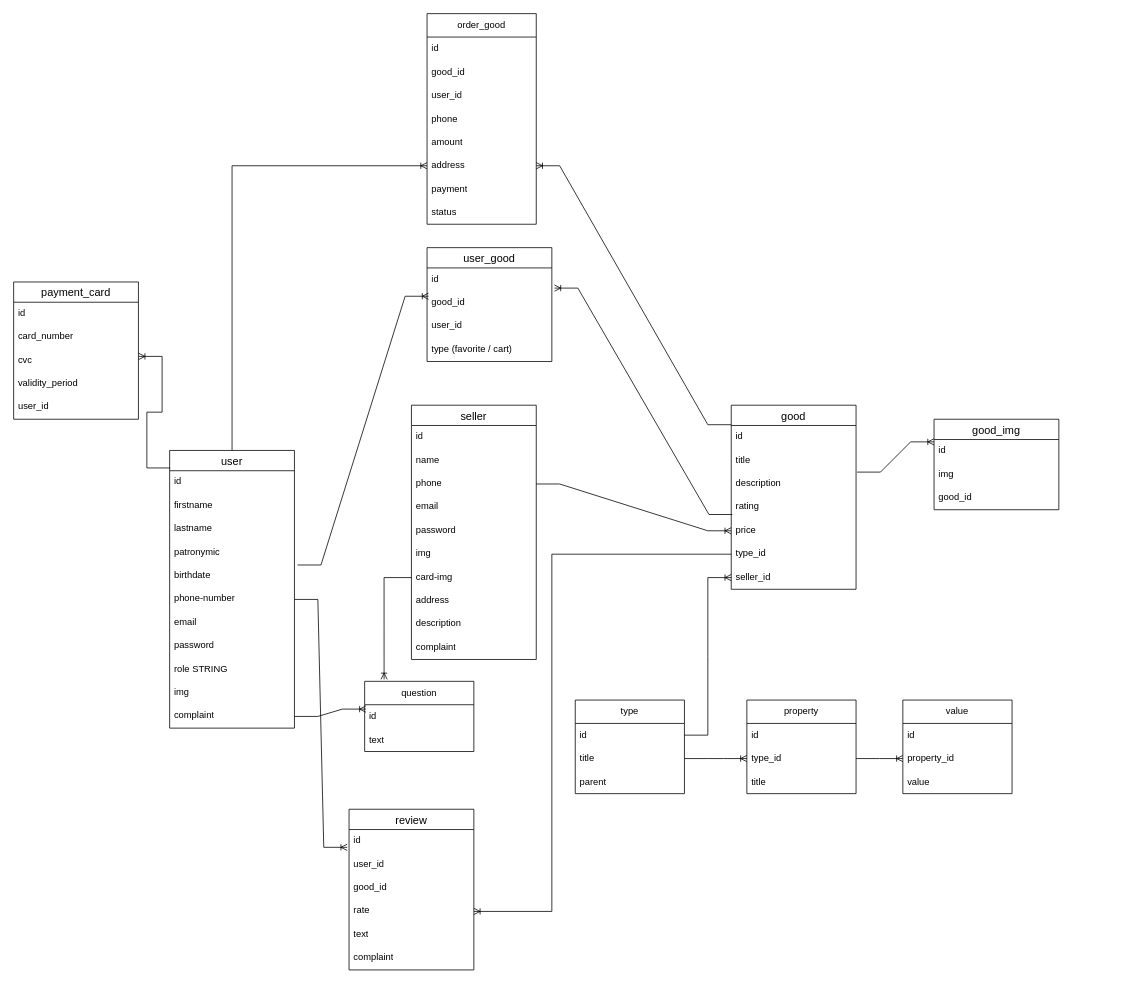
Above: database-diagram.drawio in vese1chak/meggaprice-server (draw.io), before the change. Source tidied: cells renumbered, new cells numbered last; positions are measured from the earlier drawing's top-left corner, leaving out a move shared by most shapes. Both pictures are drawn from the tidied source at 78%, with x=0, y=0 at pixel (13, 13).
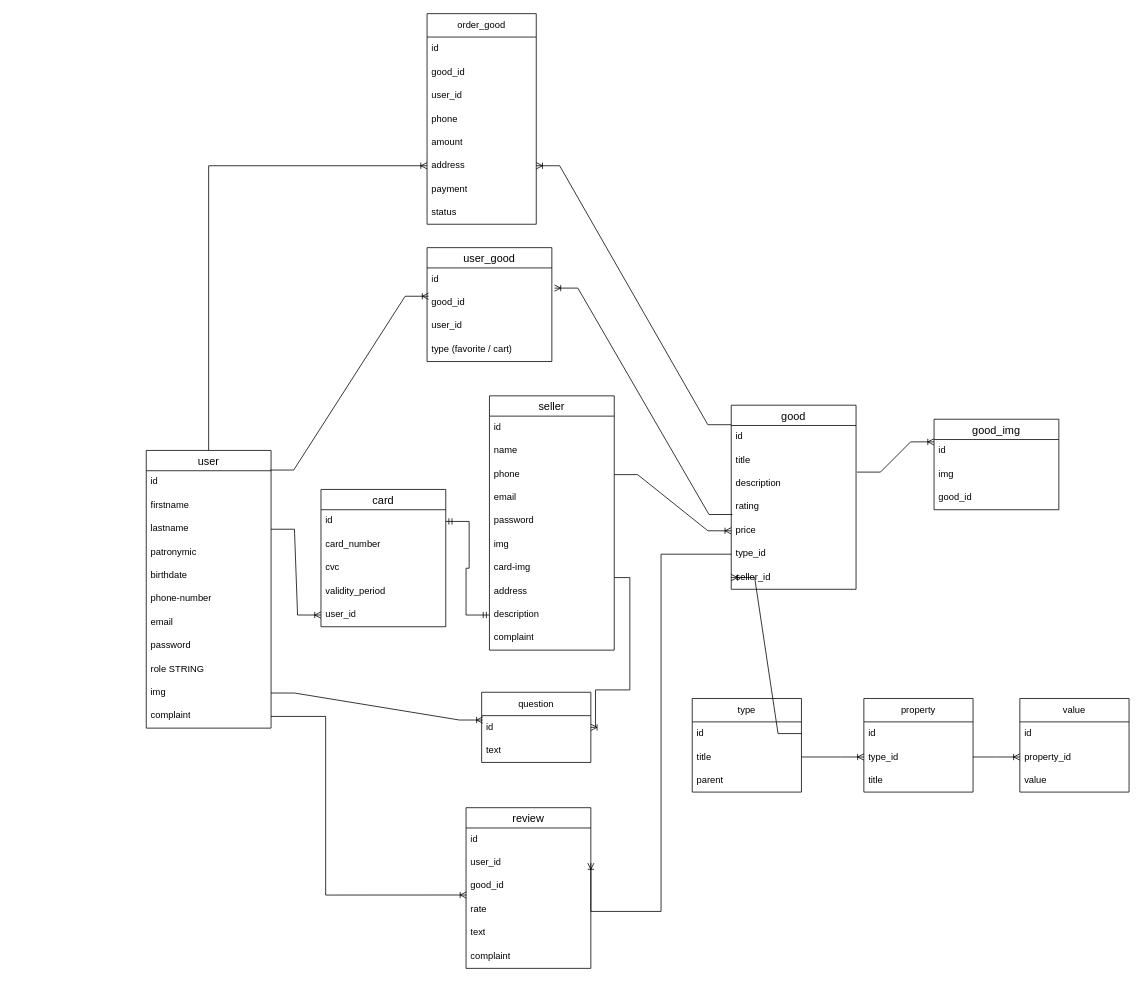
Above is the later version.

Commit message (it also covers changes not shown here):
seller now has a card.

The change refers to these unchanged cells:
```xml
<mxCell id="4" value="id" style="text;strokeColor=none;fillColor=none;spacingLeft=4;spacingRight=4;overflow=hidden;points=[[0,0.5],[1,0.5]];portConstraint=eastwest;fontSize=12;whiteSpace=wrap;html=1;" parent="3" vertex="1">
  <mxGeometry y="26" width="160" height="30" as="geometry" />
</mxCell>
<mxCell id="6" value="lastname" style="text;strokeColor=none;fillColor=none;spacingLeft=4;spacingRight=4;overflow=hidden;points=[[0,0.5],[1,0.5]];portConstraint=eastwest;fontSize=12;whiteSpace=wrap;html=1;" parent="3" vertex="1">
  <mxGeometry y="86" width="160" height="30" as="geometry" />
</mxCell>
<mxCell id="7" value="patronymic" style="text;strokeColor=none;fillColor=none;spacingLeft=4;spacingRight=4;overflow=hidden;points=[[0,0.5],[1,0.5]];portConstraint=eastwest;fontSize=12;whiteSpace=wrap;html=1;" parent="3" vertex="1">
  <mxGeometry y="116" width="160" height="30" as="geometry" />
</mxCell>
<mxCell id="9" value="phone-number" style="text;strokeColor=none;fillColor=none;spacingLeft=4;spacingRight=4;overflow=hidden;points=[[0,0.5],[1,0.5]];portConstraint=eastwest;fontSize=12;whiteSpace=wrap;html=1;" parent="3" vertex="1">
  <mxGeometry y="176" width="160" height="30" as="geometry" />
</mxCell>
<mxCell id="13" value="img" style="text;strokeColor=none;fillColor=none;spacingLeft=4;spacingRight=4;overflow=hidden;points=[[0,0.5],[1,0.5]];portConstraint=eastwest;fontSize=12;whiteSpace=wrap;html=1;" parent="3" vertex="1">
  <mxGeometry y="296" width="160" height="30" as="geometry" />
</mxCell>
<mxCell id="14" value="complaint" style="text;strokeColor=none;fillColor=none;spacingLeft=4;spacingRight=4;overflow=hidden;points=[[0,0.5],[1,0.5]];portConstraint=eastwest;fontSize=12;whiteSpace=wrap;html=1;" parent="3" vertex="1">
  <mxGeometry y="326" width="160" height="30" as="geometry" />
</mxCell>
<mxCell id="21" value="type_id" style="text;strokeColor=none;fillColor=none;spacingLeft=4;spacingRight=4;overflow=hidden;points=[[0,0.5],[1,0.5]];portConstraint=eastwest;fontSize=12;whiteSpace=wrap;html=1;" parent="15" vertex="1">
  <mxGeometry y="176" width="160" height="30" as="geometry" />
</mxCell>
<mxCell id="24" value="id" style="text;strokeColor=none;fillColor=none;spacingLeft=4;spacingRight=4;overflow=hidden;points=[[0,0.5],[1,0.5]];portConstraint=eastwest;fontSize=12;whiteSpace=wrap;html=1;" parent="23" vertex="1">
  <mxGeometry y="26" width="160" height="30" as="geometry" />
</mxCell>
<mxCell id="25" value="user_id" style="text;strokeColor=none;fillColor=none;spacingLeft=4;spacingRight=4;overflow=hidden;points=[[0,0.5],[1,0.5]];portConstraint=eastwest;fontSize=12;whiteSpace=wrap;html=1;" parent="23" vertex="1">
  <mxGeometry y="56" width="160" height="30" as="geometry" />
</mxCell>
<mxCell id="27" value="rate" style="text;strokeColor=none;fillColor=none;spacingLeft=4;spacingRight=4;overflow=hidden;points=[[0,0.5],[1,0.5]];portConstraint=eastwest;fontSize=12;whiteSpace=wrap;html=1;" parent="23" vertex="1">
  <mxGeometry y="116" width="160" height="30" as="geometry" />
</mxCell>
<mxCell id="32" value="id" style="text;strokeColor=none;fillColor=none;align=left;verticalAlign=middle;spacingLeft=4;spacingRight=4;overflow=hidden;points=[[0,0.5],[1,0.5]];portConstraint=eastwest;whiteSpace=wrap;html=1;" parent="31" vertex="1">
  <mxGeometry y="30" width="140" height="30" as="geometry" />
</mxCell>
<mxCell id="57" value="card-img" style="text;strokeColor=none;fillColor=none;spacingLeft=4;spacingRight=4;overflow=hidden;points=[[0,0.5],[1,0.5]];portConstraint=eastwest;fontSize=12;whiteSpace=wrap;html=1;" parent="50" vertex="1">
  <mxGeometry y="206" width="160" height="30" as="geometry" />
</mxCell>
<mxCell id="59" value="description" style="text;strokeColor=none;fillColor=none;spacingLeft=4;spacingRight=4;overflow=hidden;points=[[0,0.5],[1,0.5]];portConstraint=eastwest;fontSize=12;whiteSpace=wrap;html=1;" parent="50" vertex="1">
  <mxGeometry y="266" width="160" height="30" as="geometry" />
</mxCell>
<mxCell id="79" value="id" style="text;strokeColor=none;fillColor=none;spacingLeft=4;spacingRight=4;overflow=hidden;points=[[0,0.5],[1,0.5]];portConstraint=eastwest;fontSize=12;whiteSpace=wrap;html=1;" parent="78" vertex="1">
  <mxGeometry y="26" width="160" height="30" as="geometry" />
</mxCell>
<mxCell id="81" value="cvc" style="text;strokeColor=none;fillColor=none;spacingLeft=4;spacingRight=4;overflow=hidden;points=[[0,0.5],[1,0.5]];portConstraint=eastwest;fontSize=12;whiteSpace=wrap;html=1;" parent="78" vertex="1">
  <mxGeometry y="86" width="160" height="30" as="geometry" />
</mxCell>
<mxCell id="83" value="user_id" style="text;strokeColor=none;fillColor=none;spacingLeft=4;spacingRight=4;overflow=hidden;points=[[0,0.5],[1,0.5]];portConstraint=eastwest;fontSize=12;whiteSpace=wrap;html=1;" parent="78" vertex="1">
  <mxGeometry y="146" width="160" height="30" as="geometry" />
</mxCell>
<mxCell id="90" value="good_id" style="text;strokeColor=none;fillColor=none;spacingLeft=4;spacingRight=4;overflow=hidden;points=[[0,0.5],[1,0.5]];portConstraint=eastwest;fontSize=12;whiteSpace=wrap;html=1;" parent="88" vertex="1">
  <mxGeometry y="56" width="160" height="30" as="geometry" />
</mxCell>
```

The edit, as a diff of the source:
```diff
@@
     <mxCell id="3" value="user" style="swimlane;fontStyle=0;horizontal=1;startSize=26;align=center;fontSize=14;" parent="1" vertex="1">
-      <mxGeometry x="200" y="560" width="160" height="356" as="geometry" />
+      <mxGeometry x="170" y="560" width="160" height="356" as="geometry" />
     </mxCell>
@@
     <mxCell id="23" value="review" style="swimlane;fontStyle=0;horizontal=1;startSize=26;align=center;fontSize=14;" parent="1" vertex="1">
-      <mxGeometry x="430" y="1020" width="160" height="206" as="geometry" />
+      <mxGeometry x="580" y="1018" width="160" height="206" as="geometry" />
     </mxCell>
@@
-    <mxCell id="30" style="edgeStyle=entityRelationEdgeStyle;fontSize=12;html=1;endArrow=ERoneToMany;rounded=0;exitX=1;exitY=0.5;exitDx=0;exitDy=0;entryX=-0.015;entryY=0.76;entryDx=0;entryDy=0;entryPerimeter=0;" parent="1" edge="1" source="9" target="24">
-      <mxGeometry relative="1" as="geometry" />
-    </mxCell>
     <mxCell id="31" value="question" style="swimlane;fontStyle=0;horizontal=1;startSize=30;whiteSpace=wrap;html=1;" parent="1" vertex="1">
-      <mxGeometry x="450" y="856" width="140" height="90" as="geometry" />
+      <mxGeometry x="600" y="870" width="140" height="90" as="geometry" />
     </mxCell>
@@
-    <mxCell id="34" style="edgeStyle=entityRelationEdgeStyle;fontSize=12;html=1;endArrow=ERoneToMany;rounded=0;exitX=1;exitY=0.5;exitDx=0;exitDy=0;entryX=0.011;entryY=0.187;entryDx=0;entryDy=0;entryPerimeter=0;" parent="1" edge="1" source="14" target="32">
+    <mxCell id="34" style="edgeStyle=entityRelationEdgeStyle;fontSize=12;html=1;endArrow=ERoneToMany;rounded=0;exitX=1;exitY=0.5;exitDx=0;exitDy=0;entryX=0.011;entryY=0.187;entryDx=0;entryDy=0;entryPerimeter=0;" parent="1" edge="1" source="13" target="32">
       <mxGeometry relative="1" as="geometry" />
     </mxCell>
     <mxCell id="35" value="type" style="swimlane;fontStyle=0;horizontal=1;startSize=30;whiteSpace=wrap;html=1;" parent="1" vertex="1">
-      <mxGeometry x="720" y="880" width="140" height="120" as="geometry" />
+      <mxGeometry x="870" y="878" width="140" height="120" as="geometry" />
     </mxCell>
@@
     <mxCell id="39" value="property" style="swimlane;fontStyle=0;horizontal=1;startSize=30;whiteSpace=wrap;html=1;" parent="1" vertex="1">
-      <mxGeometry x="940" y="880" width="140" height="120" as="geometry" />
+      <mxGeometry x="1090" y="878" width="140" height="120" as="geometry" />
     </mxCell>
@@
     <mxCell id="43" value="value" style="swimlane;fontStyle=0;horizontal=1;startSize=30;whiteSpace=wrap;html=1;" parent="1" vertex="1">
-      <mxGeometry x="1140" y="880" width="140" height="120" as="geometry" />
+      <mxGeometry x="1290" y="878" width="140" height="120" as="geometry" />
     </mxCell>
@@
     <mxCell id="50" value="seller" style="swimlane;fontStyle=0;horizontal=1;startSize=26;align=center;fontSize=14;" parent="1" vertex="1">
-      <mxGeometry x="510" y="502" width="160" height="326" as="geometry" />
+      <mxGeometry x="610" y="490" width="160" height="326" as="geometry" />
     </mxCell>
@@
-    <mxCell id="62" style="edgeStyle=orthogonalEdgeStyle;rounded=0;jettySize=auto;html=1;entryX=1;entryY=0.5;entryDx=0;entryDy=0;endArrow=ERoneToMany;endFill=0;exitX=0;exitY=0.5;exitDx=0;exitDy=0;" parent="1" edge="1" source="21" target="27">
+    <mxCell id="62" style="edgeStyle=orthogonalEdgeStyle;rounded=0;jettySize=auto;html=1;entryX=1;entryY=0.5;entryDx=0;entryDy=0;endArrow=ERoneToMany;endFill=0;exitX=0;exitY=0.5;exitDx=0;exitDy=0;" parent="1" edge="1" source="21" target="25">
       <mxGeometry relative="1" as="geometry">
         <Array as="points">
-          <mxPoint x="690" y="693" />
-          <mxPoint x="690" y="1151" />
+          <mxPoint x="830" y="693" />
+          <mxPoint x="830" y="1151" />
+          <mxPoint x="740" y="1151" />
         </Array>
       </mxGeometry>
     </mxCell>
-    <mxCell id="63" style="edgeStyle=orthogonalEdgeStyle;rounded=0;jettySize=auto;html=1;entryX=0.178;entryY=-0.028;entryDx=0;entryDy=0;entryPerimeter=0;endArrow=ERoneToMany;endFill=0;" parent="1" edge="1" source="57" target="31">
-      <mxGeometry relative="1" as="geometry" />
+    <mxCell id="63" style="edgeStyle=orthogonalEdgeStyle;rounded=0;jettySize=auto;html=1;entryX=1;entryY=0.5;entryDx=0;entryDy=0;endArrow=ERoneToMany;endFill=0;" parent="1" edge="1" source="57" target="32">
+      <mxGeometry relative="1" as="geometry">
+        <Array as="points">
+          <mxPoint x="790" y="723" />
+          <mxPoint x="790" y="867" />
+          <mxPoint x="746" y="867" />
+          <mxPoint x="746" y="915" />
+        </Array>
+      </mxGeometry>
     </mxCell>
@@
-    <mxCell id="78" value="payment_card" style="swimlane;fontStyle=0;horizontal=1;startSize=26;align=center;fontSize=14;" parent="1" vertex="1">
-      <mxGeometry y="344" width="160" height="176" as="geometry" />
+    <mxCell id="78" value="card" style="swimlane;fontStyle=0;horizontal=1;startSize=26;align=center;fontSize=14;" parent="1" vertex="1">
+      <mxGeometry x="394" y="610" width="160" height="176" as="geometry" />
     </mxCell>
@@
-    <mxCell id="84" style="edgeStyle=entityRelationEdgeStyle;fontSize=12;html=1;endArrow=ERoneToMany;rounded=0;exitX=0.005;exitY=0.063;exitDx=0;exitDy=0;exitPerimeter=0;entryX=1.002;entryY=0.314;entryDx=0;entryDy=0;entryPerimeter=0;" parent="1" edge="1" source="3" target="81">
+    <mxCell id="84" style="edgeStyle=entityRelationEdgeStyle;fontSize=12;html=1;endArrow=ERoneToMany;rounded=0;exitX=1;exitY=0.5;exitDx=0;exitDy=0;entryX=0;entryY=0.5;entryDx=0;entryDy=0;" parent="1" edge="1" source="6" target="83">
       <mxGeometry relative="1" as="geometry" />
     </mxCell>
-    <mxCell id="85" style="edgeStyle=entityRelationEdgeStyle;fontSize=12;html=1;endArrow=ERoneToMany;rounded=0;exitX=1.025;exitY=1.028;exitDx=0;exitDy=0;exitPerimeter=0;entryX=0.012;entryY=0.21;entryDx=0;entryDy=0;entryPerimeter=0;" parent="1" edge="1" source="7" target="90">
+    <mxCell id="85" style="edgeStyle=entityRelationEdgeStyle;fontSize=12;html=1;endArrow=ERoneToMany;rounded=0;exitX=0.994;exitY=-0.029;exitDx=0;exitDy=0;exitPerimeter=0;entryX=0.012;entryY=0.21;entryDx=0;entryDy=0;entryPerimeter=0;" parent="1" edge="1" source="4" target="90">
       <mxGeometry relative="1" as="geometry" />
     </mxCell>
@@
+    <mxCell id="93" style="edgeStyle=orthogonalEdgeStyle;rounded=0;jettySize=auto;html=1;entryX=0.003;entryY=-0.135;entryDx=0;entryDy=0;entryPerimeter=0;endArrow=ERoneToMany;endFill=0;" parent="1" edge="1" source="14" target="27">
+      <mxGeometry relative="1" as="geometry">
+        <Array as="points">
+          <mxPoint x="400" y="901" />
+          <mxPoint x="400" y="1130" />
+        </Array>
+      </mxGeometry>
+    </mxCell>
+    <mxCell id="94" style="edgeStyle=entityRelationEdgeStyle;fontSize=12;html=1;endArrow=ERmandOne;startArrow=ERmandOne;rounded=0;entryX=0;entryY=0.5;entryDx=0;entryDy=0;" parent="1" edge="1" source="79" target="59">
+      <mxGeometry relative="1" as="geometry" />
+    </mxCell>
```
